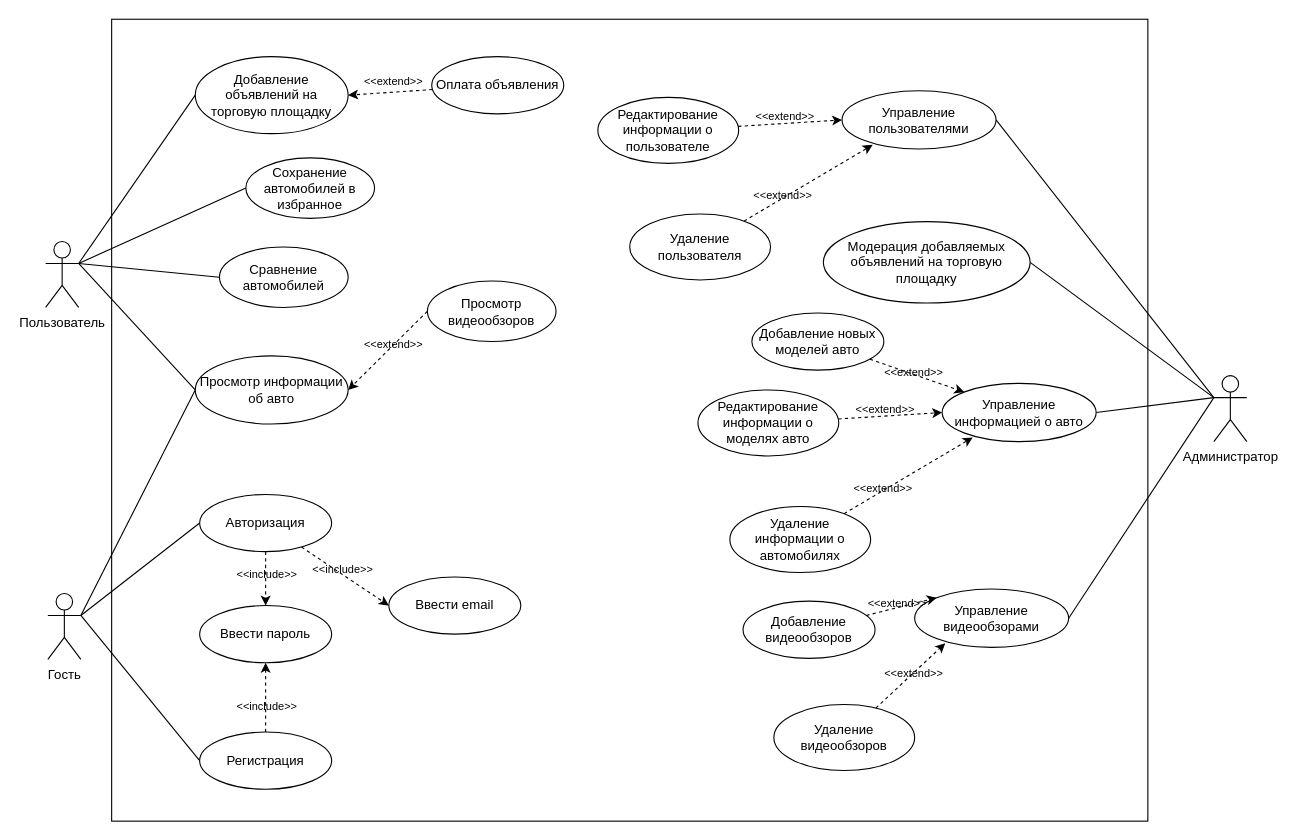
This is ПИС/Lab4/Диаграмма использования.drawio from SaintDesire/Labs_4-1, a draw.io file, before an edit. Source tidied: cells renumbered, new cells numbered last; positions are measured from the earlier drawing's top-left corner, leaving out a move shared by most shapes. Both pictures are drawn from the tidied source at 110%, with x=0, y=0 at pixel (45, 19).
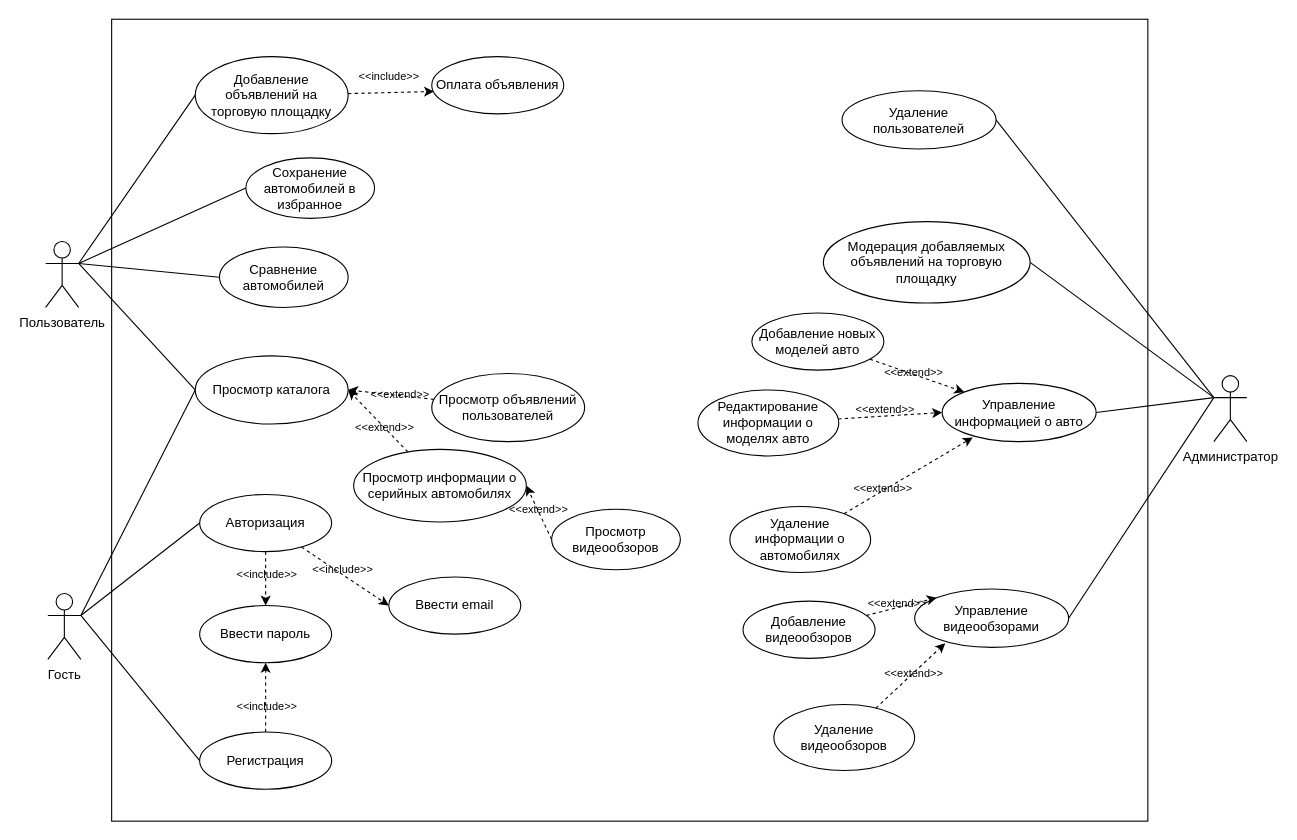
The same diagram, later.

Unchanged cells that the change refers to:
```xml
<mxCell id="32" value="Добавление объявлений на торговую площадку" style="ellipse;whiteSpace=wrap;html=1;" parent="1" vertex="1">
  <mxGeometry x="136" y="34" width="139" height="70" as="geometry" />
</mxCell>
<mxCell id="59" value="Оплата объявления" style="ellipse;whiteSpace=wrap;html=1;" parent="1" vertex="1">
  <mxGeometry x="351" y="34" width="120" height="52" as="geometry" />
</mxCell>
```

The edit, as a diff of the source:
```diff
@@
-    <mxCell id="27" value="Просмотр информации об авто" style="ellipse;whiteSpace=wrap;html=1;" parent="1" vertex="1">
+    <mxCell id="27" value="Просмотр каталога" style="ellipse;whiteSpace=wrap;html=1;" parent="1" vertex="1">
       <mxGeometry x="136" y="306" width="139" height="62" as="geometry" />
     </mxCell>
@@
-    <mxCell id="30" style="rounded=0;jettySize=auto;html=1;exitX=0;exitY=0.5;exitDx=0;exitDy=0;entryX=1;entryY=0.5;entryDx=0;entryDy=0;dashed=1;" parent="1" edge="1" source="31" target="27">
-      <mxGeometry relative="1" as="geometry" />
-    </mxCell>
+    <mxCell id="62" style="rounded=0;jettySize=auto;html=1;exitX=0;exitY=0.5;exitDx=0;exitDy=0;entryX=1;entryY=0.5;entryDx=0;entryDy=0;dashed=1;" parent="1" edge="1" source="31" target="67">
+      <mxGeometry relative="1" as="geometry" />
+    </mxCell>
     <mxCell id="31" value="Просмотр видеообзоров" style="ellipse;whiteSpace=wrap;html=1;" parent="1" vertex="1">
-      <mxGeometry x="347" y="238" width="117" height="55" as="geometry" />
+      <mxGeometry x="460" y="445.5" width="117" height="55" as="geometry" />
     </mxCell>
@@
     <mxCell id="33" value="&lt;font style=&quot;font-size: 10px;&quot;&gt;&amp;lt;&amp;lt;extend&amp;gt;&amp;gt;&lt;/font&gt;" style="text;html=1;align=center;verticalAlign=middle;strokeColor=none;fillColor=none;" parent="1" vertex="1">
-      <mxGeometry x="280" y="282" width="71" height="26" as="geometry" />
+      <mxGeometry x="412" y="432" width="71" height="26" as="geometry" />
     </mxCell>
@@
-    <mxCell id="51" value="Управление пользователями" style="ellipse;whiteSpace=wrap;html=1;" parent="1" vertex="1">
+    <mxCell id="51" value="Удаление пользователей" style="ellipse;whiteSpace=wrap;html=1;" parent="1" vertex="1">
       <mxGeometry x="724" y="65" width="140" height="53" as="geometry" />
     </mxCell>
-    <mxCell id="52" style="rounded=0;jettySize=auto;html=1;entryX=0;entryY=0.5;entryDx=0;entryDy=0;dashed=1;" parent="1" edge="1" source="53" target="51">
-      <mxGeometry relative="1" as="geometry" />
-    </mxCell>
-    <mxCell id="53" value="Редактирование информации о пользователе" style="ellipse;whiteSpace=wrap;html=1;" parent="1" vertex="1">
-      <mxGeometry x="502" y="71" width="128" height="60" as="geometry" />
-    </mxCell>
-    <mxCell id="54" value="Удаление пользователя" style="ellipse;whiteSpace=wrap;html=1;" parent="1" vertex="1">
-      <mxGeometry x="531" y="177" width="128" height="60" as="geometry" />
-    </mxCell>
-    <mxCell id="55" style="rounded=0;jettySize=auto;html=1;entryX=0.199;entryY=0.928;entryDx=0;entryDy=0;entryPerimeter=0;dashed=1;" parent="1" edge="1" source="54" target="51">
-      <mxGeometry relative="1" as="geometry" />
-    </mxCell>
-    <mxCell id="56" value="&lt;font style=&quot;font-size: 10px;&quot;&gt;&amp;lt;&amp;lt;extend&amp;gt;&amp;gt;&lt;/font&gt;" style="text;html=1;align=center;verticalAlign=middle;strokeColor=none;fillColor=none;" parent="1" vertex="1">
-      <mxGeometry x="634" y="147" width="71" height="26" as="geometry" />
-    </mxCell>
-    <mxCell id="57" value="&lt;font style=&quot;font-size: 10px;&quot;&gt;&amp;lt;&amp;lt;extend&amp;gt;&amp;gt;&lt;/font&gt;" style="text;html=1;align=center;verticalAlign=middle;strokeColor=none;fillColor=none;" parent="1" vertex="1">
-      <mxGeometry x="636" y="75" width="71" height="26" as="geometry" />
-    </mxCell>
-    <mxCell id="58" style="rounded=0;jettySize=auto;html=1;entryX=1;entryY=0.5;entryDx=0;entryDy=0;dashed=1;" parent="1" edge="1" source="59" target="32">
-      <mxGeometry relative="1" as="geometry" />
-    </mxCell>
@@
-    <mxCell id="60" value="&lt;font style=&quot;font-size: 10px;&quot;&gt;&amp;lt;&amp;lt;extend&amp;gt;&amp;gt;&lt;/font&gt;" style="text;html=1;align=center;verticalAlign=middle;strokeColor=none;fillColor=none;" parent="1" vertex="1">
-      <mxGeometry x="280" y="43" width="71" height="26" as="geometry" />
+    <mxCell id="60" value="&lt;font style=&quot;font-size: 10px;&quot;&gt;&amp;lt;&amp;lt;include&amp;gt;&amp;gt;&lt;/font&gt;" style="text;html=1;align=center;verticalAlign=middle;strokeColor=none;fillColor=none;" parent="1" vertex="1">
+      <mxGeometry x="275" y="39" width="73" height="26" as="geometry" />
     </mxCell>
@@
+    <mxCell id="63" style="rounded=0;jettySize=auto;html=1;entryX=0.017;entryY=0.608;entryDx=0;entryDy=0;entryPerimeter=0;dashed=1;" parent="1" edge="1" source="32" target="59">
+      <mxGeometry relative="1" as="geometry" />
+    </mxCell>
+    <mxCell id="64" style="rounded=0;jettySize=auto;html=1;entryX=1;entryY=0.5;entryDx=0;entryDy=0;dashed=1;" parent="1" edge="1" source="65" target="27">
+      <mxGeometry relative="1" as="geometry" />
+    </mxCell>
+    <mxCell id="65" value="Просмотр объявлений пользователей" style="ellipse;whiteSpace=wrap;html=1;" parent="1" vertex="1">
+      <mxGeometry x="351" y="322" width="139" height="62" as="geometry" />
+    </mxCell>
+    <mxCell id="66" style="rounded=0;jettySize=auto;html=1;entryX=1;entryY=0.5;entryDx=0;entryDy=0;dashed=1;" parent="1" edge="1" source="67" target="27">
+      <mxGeometry relative="1" as="geometry" />
+    </mxCell>
+    <mxCell id="67" value="Просмотр информации о серийных автомобилях" style="ellipse;whiteSpace=wrap;html=1;" parent="1" vertex="1">
+      <mxGeometry x="280" y="391" width="157" height="66" as="geometry" />
+    </mxCell>
+    <mxCell id="68" value="&lt;font style=&quot;font-size: 10px;&quot;&gt;&amp;lt;&amp;lt;extend&amp;gt;&amp;gt;&lt;/font&gt;" style="text;html=1;align=center;verticalAlign=middle;strokeColor=none;fillColor=none;" parent="1" vertex="1">
+      <mxGeometry x="286" y="328" width="71" height="26" as="geometry" />
+    </mxCell>
+    <mxCell id="69" value="&lt;font style=&quot;font-size: 10px;&quot;&gt;&amp;lt;&amp;lt;extend&amp;gt;&amp;gt;&lt;/font&gt;" style="text;html=1;align=center;verticalAlign=middle;strokeColor=none;fillColor=none;" parent="1" vertex="1">
+      <mxGeometry x="272" y="358" width="71" height="26" as="geometry" />
+    </mxCell>
```
